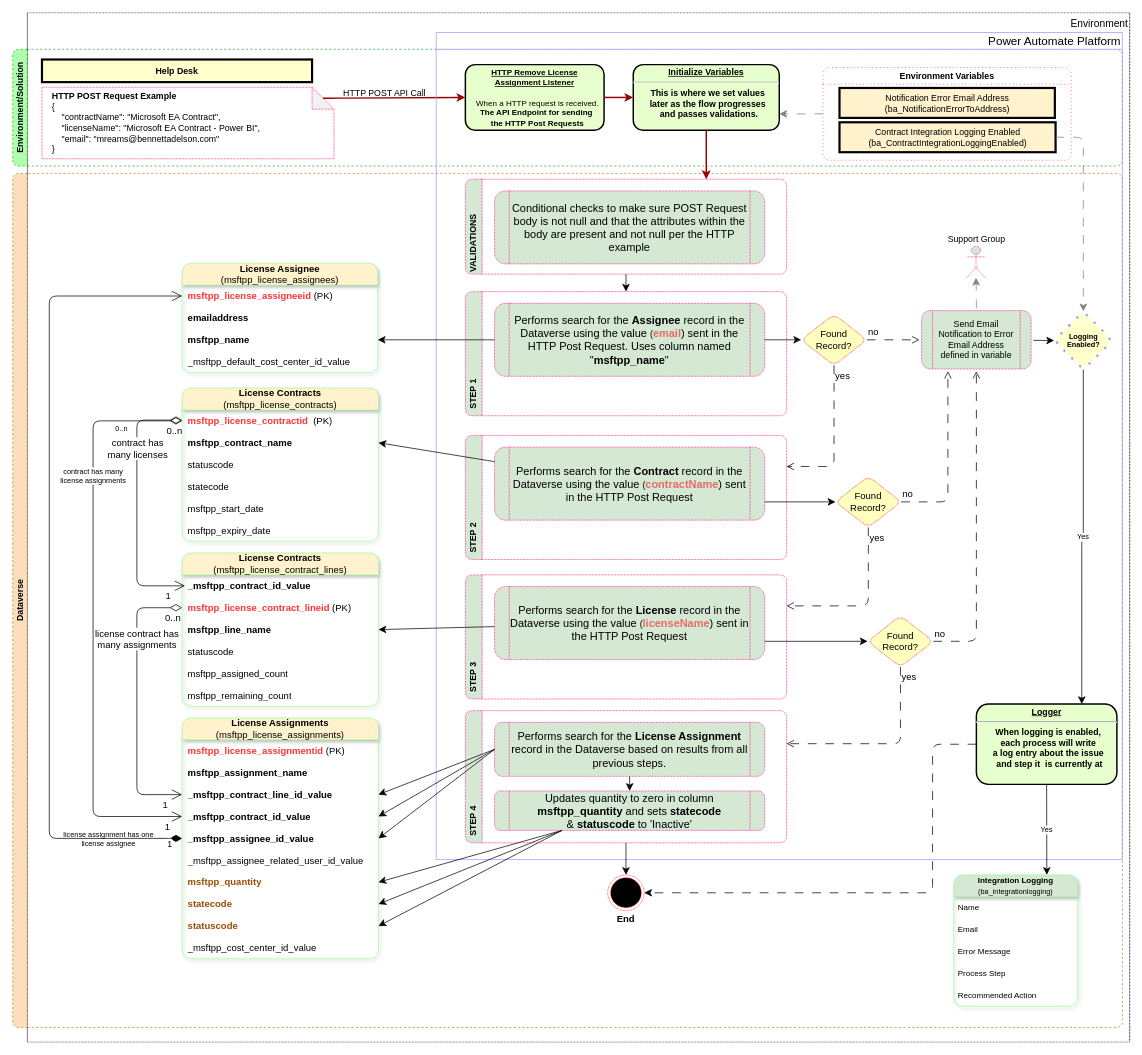
Above: page "HTTP Remove Listener" (1 of 3) of Untitled Diagram.drawio in bennettadelson-org/diagrams (draw.io), before the change. Source tidied: cells renumbered, new cells numbered last; positions are measured from the earlier drawing's top-left corner, leaving out a move shared by most shapes. Both pictures are drawn from the tidied source at 73%, with x=0, y=0 at pixel (12, 12).
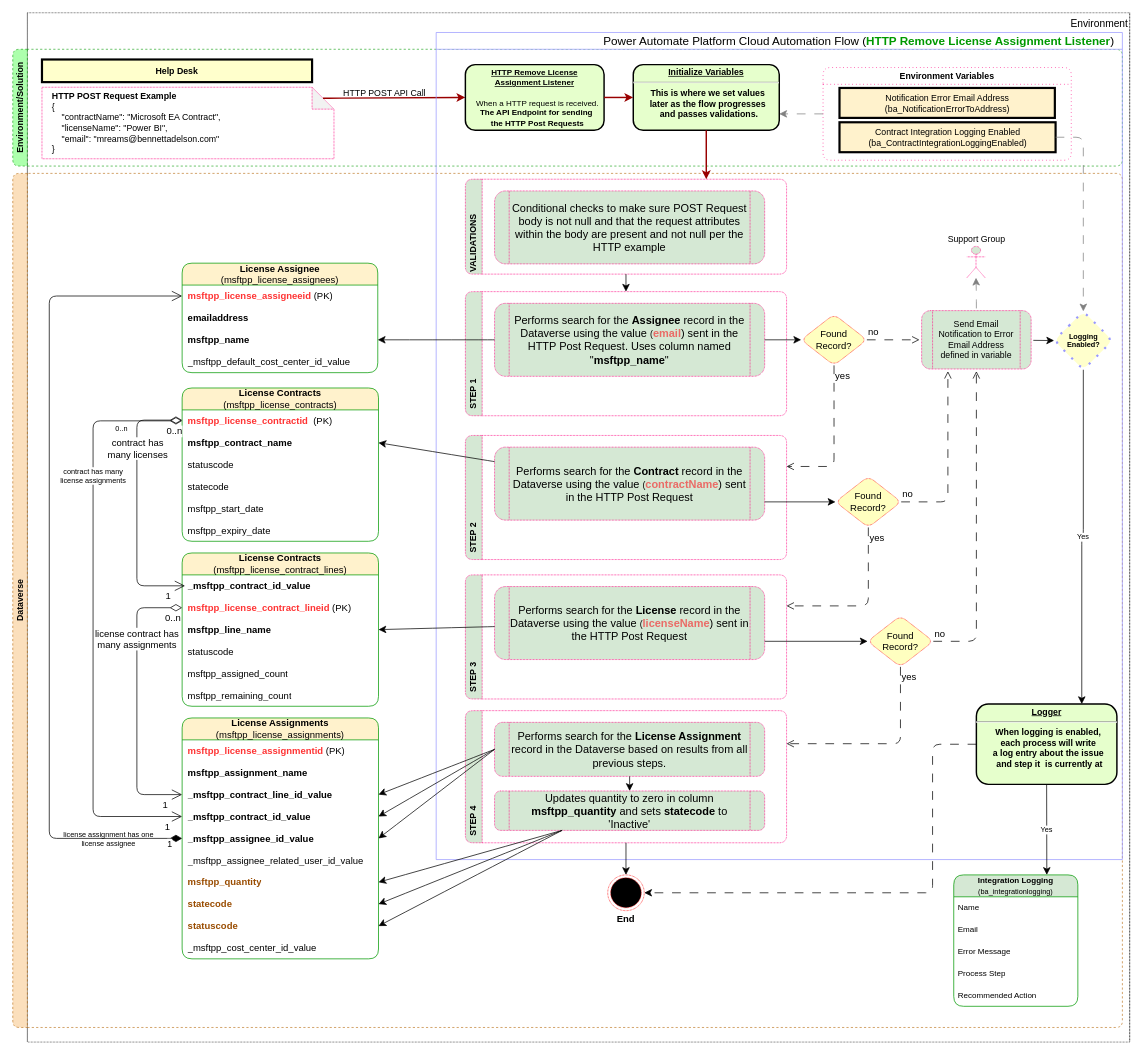
Above is the later version.

The change refers to these unchanged cells:
```xml
<mxCell id="3" value="Environment/Solution" style="swimlane;horizontal=0;whiteSpace=wrap;html=1;rounded=1;shadow=0;glass=0;dashed=1;strokeColor=#009900;strokeWidth=1;fontSize=12;fillColor=#99FF99;opacity=80;startSize=20;" parent="1" vertex="1">
  <mxGeometry y="50" width="1520" height="160" as="geometry" />
</mxCell>
<mxCell id="8" value="Dataverse" style="swimlane;horizontal=0;whiteSpace=wrap;html=1;rounded=1;shadow=0;glass=0;dashed=1;strokeColor=#b46504;strokeWidth=1;fontSize=12;fillColor=#fad7ac;opacity=80;startSize=20;" parent="1" vertex="1">
  <mxGeometry y="220" width="1520" height="1170" as="geometry" />
</mxCell>
<mxCell id="99" value="VALIDATIONS" style="swimlane;horizontal=0;whiteSpace=wrap;html=1;rounded=1;dashed=1;dashPattern=1 1;labelBackgroundColor=none;strokeColor=#FF0080;strokeWidth=1;fontSize=12;fontColor=#000000;fillColor=#D5E8D4;align=left;" parent="1" vertex="1">
  <mxGeometry x="620" y="228" width="440" height="130" as="geometry" />
</mxCell>
```

Change to the diagram source:
```diff
@@
-    <mxCell id="6" value="&lt;div&gt;&lt;b&gt;HTTP POST Request Example&lt;/b&gt;&lt;/div&gt;&lt;div&gt;{&lt;/div&gt;&lt;div&gt;&amp;nbsp; &amp;nbsp; &quot;contractName&quot;: &quot;Microsoft EA Contract&quot;,&lt;/div&gt;&lt;div&gt;&amp;nbsp; &amp;nbsp; &quot;licenseName&quot;: &quot;Microsoft EA Contract - Power BI&quot;,&lt;/div&gt;&lt;div&gt;&amp;nbsp; &amp;nbsp; &quot;email&quot;: &quot;mreams@bennettadelson.com&quot;&lt;/div&gt;&lt;div&gt;}&lt;/div&gt;" style="shape=note;whiteSpace=wrap;html=1;backgroundOutline=1;darkOpacity=0.05;rounded=1;dashed=1;dashPattern=1 1;labelBackgroundColor=none;strokeColor=#FF0080;strokeWidth=1;fontSize=12;fontColor=#000000;fillColor=#FFFFFF;align=left;spacingLeft=12;spacingRight=6;" parent="3" vertex="1">
+    <mxCell id="6" value="&lt;div&gt;&lt;b&gt;HTTP POST Request Example&lt;/b&gt;&lt;/div&gt;&lt;div&gt;{&lt;/div&gt;&lt;div&gt;&amp;nbsp; &amp;nbsp; &quot;contractName&quot;: &quot;Microsoft EA Contract&quot;,&lt;/div&gt;&lt;div&gt;&amp;nbsp; &amp;nbsp; &quot;licenseName&quot;: &quot;Power BI&quot;,&lt;/div&gt;&lt;div&gt;&amp;nbsp; &amp;nbsp; &quot;email&quot;: &quot;mreams@bennettadelson.com&quot;&lt;/div&gt;&lt;div&gt;}&lt;/div&gt;" style="shape=note;whiteSpace=wrap;html=1;backgroundOutline=1;darkOpacity=0.05;rounded=1;dashed=1;dashPattern=1 1;labelBackgroundColor=none;strokeColor=#FF0080;strokeWidth=1;fontSize=12;fontColor=#000000;fillColor=#FFFFFF;align=left;spacingLeft=12;spacingRight=6;" parent="3" vertex="1">
       <mxGeometry x="40" y="52" width="400" height="98" as="geometry" />
     </mxCell>
@@
-    <mxCell id="9" value="&lt;b style=&quot;font-size: 13px;&quot;&gt;License Assignee&lt;/b&gt;&lt;br style=&quot;font-size: 13px;&quot;&gt;&lt;font style=&quot;font-size: 13px;&quot;&gt;(msftpp_license_assignees)&lt;/font&gt;" style="swimlane;fontStyle=0;horizontal=1;startSize=30;whiteSpace=wrap;html=1;rounded=1;shadow=1;glass=0;strokeWidth=1;fontSize=13;strokeColor=#99FF99;fillColor=#FFF2CC;" parent="8" vertex="1">
+    <mxCell id="9" value="&lt;b style=&quot;font-size: 13px;&quot;&gt;License Assignee&lt;/b&gt;&lt;br style=&quot;font-size: 13px;&quot;&gt;&lt;font style=&quot;font-size: 13px;&quot;&gt;(msftpp_license_assignees)&lt;/font&gt;" style="swimlane;fontStyle=0;horizontal=1;startSize=30;whiteSpace=wrap;html=1;rounded=1;shadow=0;glass=0;strokeWidth=1;fontSize=13;strokeColor=#009900;fillColor=#FFF2CC;" parent="8" vertex="1">
       <mxGeometry x="232" y="123" width="268" height="150" as="geometry" />
     </mxCell>
@@
-    <mxCell id="14" value="&lt;b style=&quot;font-size: 13px;&quot;&gt;License Contracts &lt;br style=&quot;font-size: 13px;&quot;&gt;&lt;/b&gt;&lt;font style=&quot;font-size: 13px;&quot;&gt;(msftpp_license_contracts)&lt;/font&gt;" style="swimlane;fontStyle=0;horizontal=1;startSize=30;whiteSpace=wrap;html=1;rounded=1;shadow=1;glass=0;strokeWidth=1;fontSize=13;strokeColor=#99FF99;fillColor=#FFF2CC;" parent="8" vertex="1">
+    <mxCell id="14" value="&lt;b style=&quot;font-size: 13px;&quot;&gt;License Contracts &lt;br style=&quot;font-size: 13px;&quot;&gt;&lt;/b&gt;&lt;font style=&quot;font-size: 13px;&quot;&gt;(msftpp_license_contracts)&lt;/font&gt;" style="swimlane;fontStyle=0;horizontal=1;startSize=30;whiteSpace=wrap;html=1;rounded=1;shadow=0;glass=0;strokeWidth=1;fontSize=13;strokeColor=#009900;fillColor=#FFF2CC;" parent="8" vertex="1">
       <mxGeometry x="232" y="294" width="269" height="210" as="geometry" />
     </mxCell>
@@
-    <mxCell id="21" value="&lt;b style=&quot;font-size: 13px;&quot;&gt;License Assignments&lt;br style=&quot;font-size: 13px;&quot;&gt;&lt;/b&gt;&lt;font style=&quot;font-size: 13px;&quot;&gt;(msftpp_license_assignments)&lt;/font&gt;" style="swimlane;fontStyle=0;horizontal=1;startSize=30;whiteSpace=wrap;html=1;rounded=1;shadow=1;glass=0;strokeWidth=1;fontSize=13;strokeColor=#99FF99;fillColor=#FFF2CC;" parent="8" vertex="1">
+    <mxCell id="21" value="&lt;b style=&quot;font-size: 13px;&quot;&gt;License Assignments&lt;br style=&quot;font-size: 13px;&quot;&gt;&lt;/b&gt;&lt;font style=&quot;font-size: 13px;&quot;&gt;(msftpp_license_assignments)&lt;/font&gt;" style="swimlane;fontStyle=0;horizontal=1;startSize=30;whiteSpace=wrap;html=1;rounded=1;shadow=0;glass=0;strokeWidth=1;fontSize=13;strokeColor=#009900;fillColor=#FFF2CC;" parent="8" vertex="1">
       <mxGeometry x="232" y="746" width="269" height="330" as="geometry" />
     </mxCell>
@@
-    <mxCell id="32" value="&lt;b style=&quot;font-size: 13px;&quot;&gt;License Contracts &lt;br style=&quot;font-size: 13px;&quot;&gt;&lt;/b&gt;&lt;font style=&quot;font-size: 13px;&quot;&gt;(msftpp_license_contract_lines)&lt;/font&gt;" style="swimlane;fontStyle=0;horizontal=1;startSize=30;whiteSpace=wrap;html=1;rounded=1;shadow=1;glass=0;strokeWidth=1;fontSize=13;strokeColor=#99FF99;fillColor=#FFF2CC;" parent="8" vertex="1">
+    <mxCell id="32" value="&lt;b style=&quot;font-size: 13px;&quot;&gt;License Contracts &lt;br style=&quot;font-size: 13px;&quot;&gt;&lt;/b&gt;&lt;font style=&quot;font-size: 13px;&quot;&gt;(msftpp_license_contract_lines)&lt;/font&gt;" style="swimlane;fontStyle=0;horizontal=1;startSize=30;whiteSpace=wrap;html=1;rounded=1;shadow=0;glass=0;strokeWidth=1;fontSize=13;strokeColor=#009900;fillColor=#FFF2CC;" parent="8" vertex="1">
       <mxGeometry x="232" y="520" width="269" height="210" as="geometry" />
     </mxCell>
@@
-    <mxCell id="39" value="&lt;b&gt;Integration Logging&lt;br&gt;&lt;/b&gt;&lt;font style=&quot;font-size: 10px;&quot;&gt;(ba_integrationlogging)&lt;/font&gt;" style="swimlane;fontStyle=0;horizontal=1;startSize=30;whiteSpace=wrap;html=1;rounded=1;shadow=1;glass=0;strokeWidth=1;fontSize=11;strokeColor=#99FF99;fillColor=#D5E8D4;" parent="8" vertex="1">
+    <mxCell id="39" value="&lt;b&gt;Integration Logging&lt;br&gt;&lt;/b&gt;&lt;font style=&quot;font-size: 10px;&quot;&gt;(ba_integrationlogging)&lt;/font&gt;" style="swimlane;fontStyle=0;horizontal=1;startSize=30;whiteSpace=wrap;html=1;rounded=1;shadow=0;glass=0;strokeWidth=1;fontSize=11;strokeColor=#009900;fillColor=#D5E8D4;" parent="8" vertex="1">
       <mxGeometry x="1289" y="961" width="170" height="180" as="geometry" />
     </mxCell>
@@
-    <mxCell id="58" value="Power Automate Platform" style="swimlane;whiteSpace=wrap;html=1;fontSize=16;strokeColor=#9999FF;fontStyle=0;align=right;" parent="1" vertex="1">
+    <mxCell id="58" value="Power Automate Platform Cloud Automation Flow (&lt;b style=&quot;border-color: var(--border-color);&quot;&gt;&lt;font style=&quot;border-color: var(--border-color);&quot; color=&quot;#009900&quot;&gt;HTTP Remove License Assignment Listener&lt;/font&gt;&lt;/b&gt;)&amp;nbsp;&amp;nbsp;" style="swimlane;whiteSpace=wrap;html=1;fontSize=16;strokeColor=#9999FF;fontStyle=0;align=right;" parent="1" vertex="1">
       <mxGeometry x="580" y="27" width="940" height="1133" as="geometry" />
     </mxCell>
@@
-    <mxCell id="94" value="&lt;font style=&quot;font-size: 15px;&quot;&gt;Updates quantity to zero in column &lt;b&gt;msftpp_quantity &lt;/b&gt;and sets &lt;b&gt;statecode&lt;/b&gt; &amp;amp;&amp;nbsp;&lt;b&gt;statuscode&lt;/b&gt;&amp;nbsp;to 'Inactive'&lt;/font&gt;" style="shape=process;whiteSpace=wrap;html=1;backgroundOutline=1;rounded=1;dashed=1;dashPattern=1 1;labelBackgroundColor=none;strokeColor=#FF0080;strokeWidth=1;fontSize=12;fontColor=#000000;fillColor=#D5E8D4;size=0.05405405405405406;" parent="1" vertex="1">
+    <mxCell id="94" value="&lt;font style=&quot;font-size: 15px;&quot;&gt;Updates quantity to zero in column &lt;b&gt;msftpp_quantity &lt;/b&gt;and sets &lt;b&gt;statecode&lt;/b&gt; to 'Inactive'&lt;/font&gt;" style="shape=process;whiteSpace=wrap;html=1;backgroundOutline=1;rounded=1;dashed=1;dashPattern=1 1;labelBackgroundColor=none;strokeColor=#FF0080;strokeWidth=1;fontSize=12;fontColor=#000000;fillColor=#D5E8D4;size=0.05405405405405406;" parent="1" vertex="1">
       <mxGeometry x="660" y="1066" width="370" height="54" as="geometry" />
     </mxCell>
@@
-    <mxCell id="100" value="&lt;span style=&quot;font-size: 15px;&quot;&gt;Conditional checks to make sure POST Request body is not null and that the attributes within the body are present and not null per the HTTP example&lt;/span&gt;" style="shape=process;whiteSpace=wrap;html=1;backgroundOutline=1;rounded=1;dashed=1;dashPattern=1 1;labelBackgroundColor=none;strokeColor=#FF0080;strokeWidth=1;fontSize=12;fontColor=#000000;fillColor=#D5E8D4;size=0.05405405405405406;" parent="99" vertex="1">
+    <mxCell id="100" value="&lt;span style=&quot;font-size: 15px;&quot;&gt;Conditional checks to make sure POST Request body is not null and that the request attributes within the body are present and not null per the HTTP example&lt;/span&gt;" style="shape=process;whiteSpace=wrap;html=1;backgroundOutline=1;rounded=1;dashed=1;dashPattern=1 1;labelBackgroundColor=none;strokeColor=#FF0080;strokeWidth=1;fontSize=12;fontColor=#000000;fillColor=#D5E8D4;size=0.05405405405405406;" parent="99" vertex="1">
       <mxGeometry x="40" y="16" width="370" height="100" as="geometry" />
     </mxCell>
```
